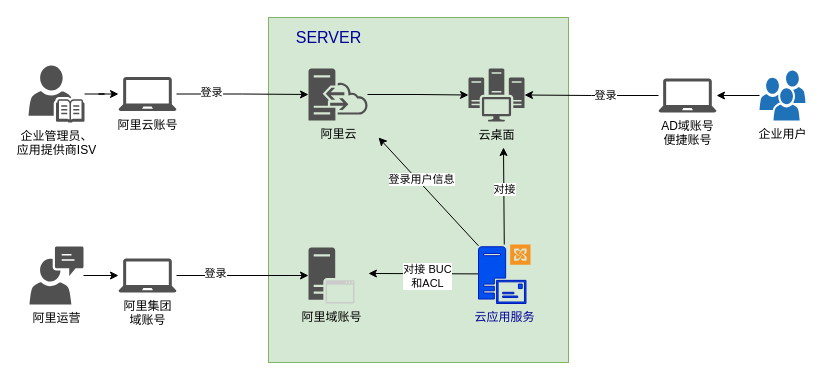
chenkangzeng/appstreaming keeps this draw.io diagram as login/appacounts.drawio. Above is the earlier version. Source tidied: cells renumbered, new cells numbered last; positions are measured from the earlier drawing's top-left corner, leaving out a move shared by most shapes. Both pictures are drawn from the tidied source at 100%, with x=0, y=0 at pixel (28, 17).
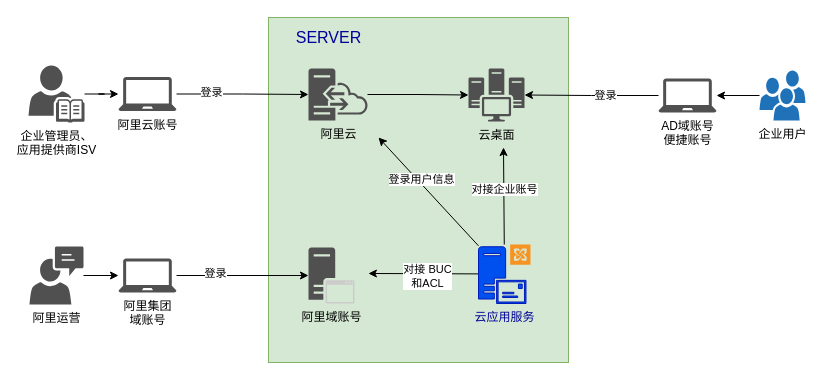
The same diagram, later.

The change refers to these unchanged cells:
```xml
<mxCell id="15" style="edgeStyle=none;rounded=0;jettySize=auto;html=1;" parent="1" edge="1" source="19">
  <mxGeometry relative="1" as="geometry">
    <mxPoint x="475" y="130" as="targetPoint" />
  </mxGeometry>
</mxCell>
```

Change to the diagram source:
```diff
@@
-    <mxCell id="16" value="对接" style="edgeLabel;html=1;align=center;verticalAlign=middle;" parent="15" vertex="1">
+    <mxCell id="16" value="对接企业账号" style="edgeLabel;html=1;align=center;verticalAlign=middle;" parent="15" vertex="1">
       <mxGeometry x="0.15" relative="1" as="geometry" />
     </mxCell>
```
